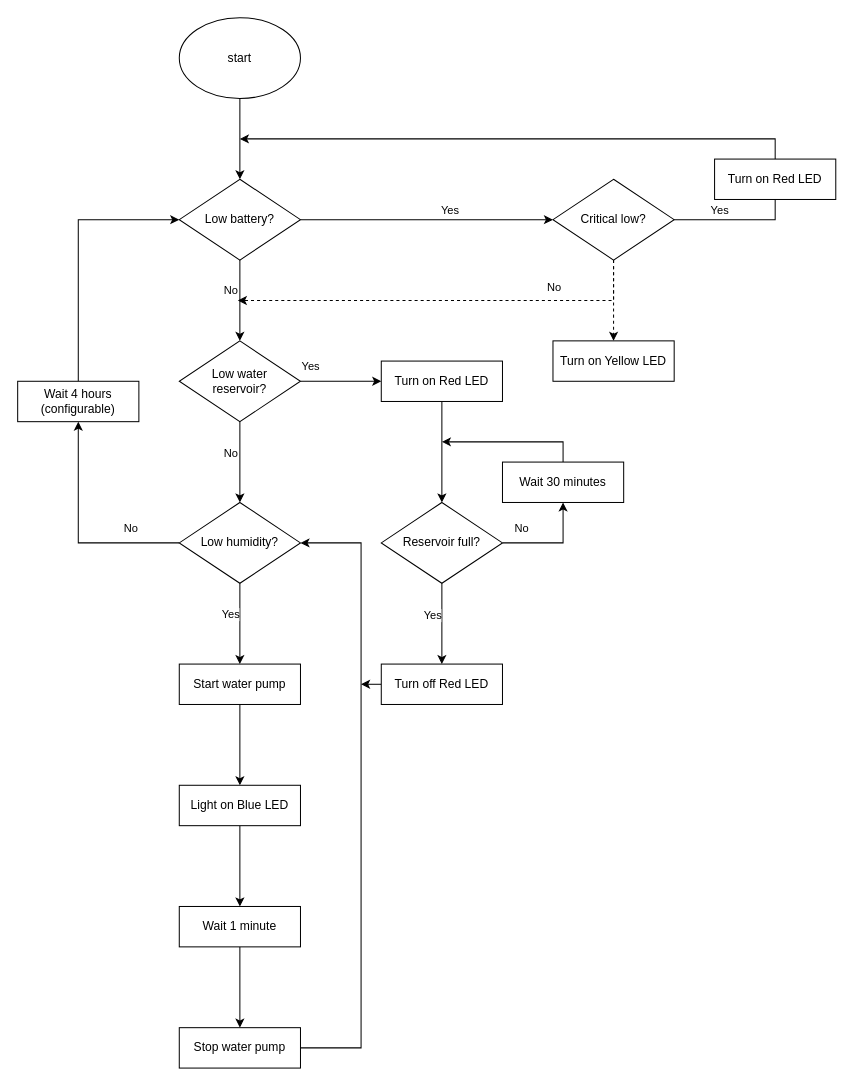
Earlier version of the draw.io diagram projetos/regador/flowchart/regador_flowchart.drawio (teaching-FEEC/ea075-2023.2). Source tidied: cells renumbered, new cells numbered last; positions are measured from the earlier drawing's top-left corner, leaving out a move shared by most shapes. Both pictures are drawn from the tidied source at 101%, with x=0, y=0 at pixel (17, 17).
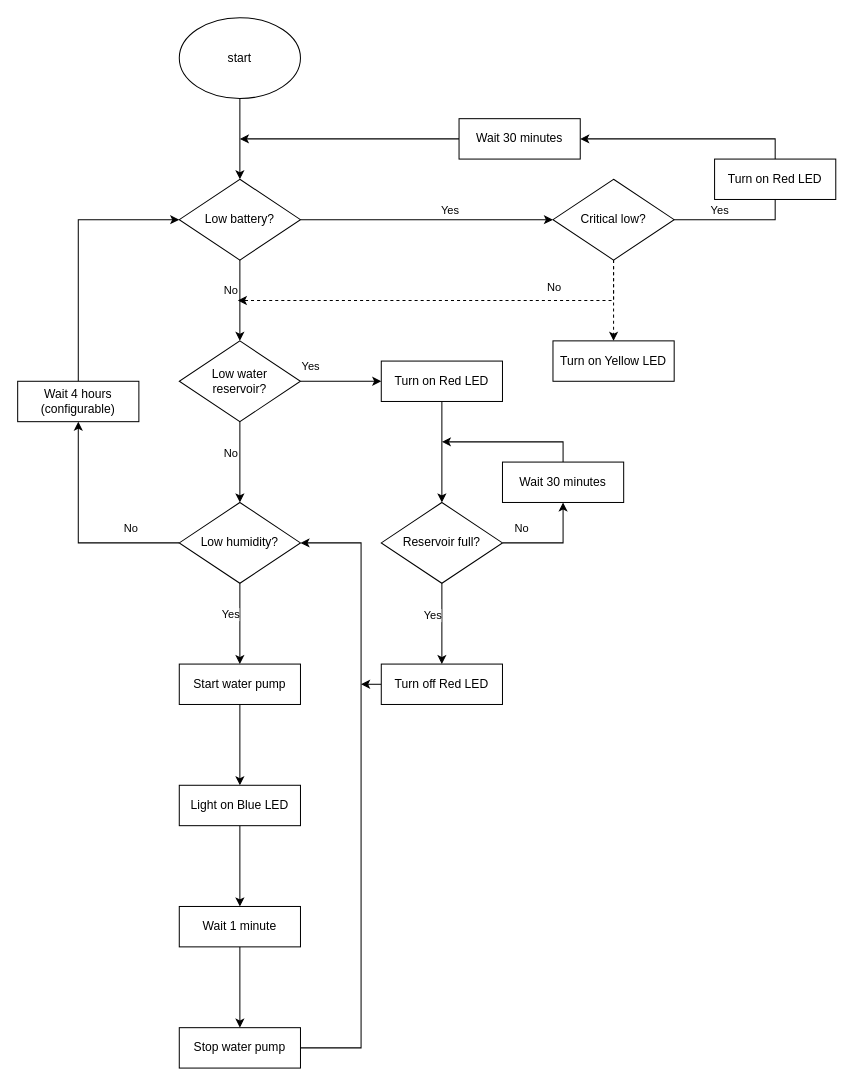
The same diagram, later.

Commit message:
Adicionado tempo de sleep antes da nova leitura de bateria

The change refers to these unchanged cells:
```xml
<mxCell id="47" value="Turn on Red LED" style="whiteSpace=wrap;html=1;" parent="1" vertex="1">
  <mxGeometry x="690" y="140" width="120" height="40" as="geometry" />
</mxCell>
```

The edit, as a diff of the source:
```diff
@@
-    <mxCell id="46" style="edgeStyle=orthogonalEdgeStyle;rounded=0;jettySize=auto;html=1;" parent="1" edge="1" source="47">
+    <mxCell id="46" style="edgeStyle=orthogonalEdgeStyle;rounded=0;jettySize=auto;html=1;" parent="1" edge="1" source="50">
       <mxGeometry relative="1" as="geometry">
         <mxPoint x="220" y="120" as="targetPoint" />
-        <Array as="points">
-          <mxPoint x="750" y="120" />
-        </Array>
       </mxGeometry>
     </mxCell>
@@
+    <mxCell id="49" style="edgeStyle=orthogonalEdgeStyle;rounded=0;jettySize=auto;html=1;" parent="1" edge="1" source="47" target="50">
+      <mxGeometry relative="1" as="geometry">
+        <Array as="points">
+          <mxPoint x="750" y="120" />
+        </Array>
+      </mxGeometry>
+    </mxCell>
+    <mxCell id="50" value="Wait 30 minutes" style="whiteSpace=wrap;html=1;" parent="1" vertex="1">
+      <mxGeometry x="437" y="100" width="120" height="40" as="geometry" />
+    </mxCell>
```
